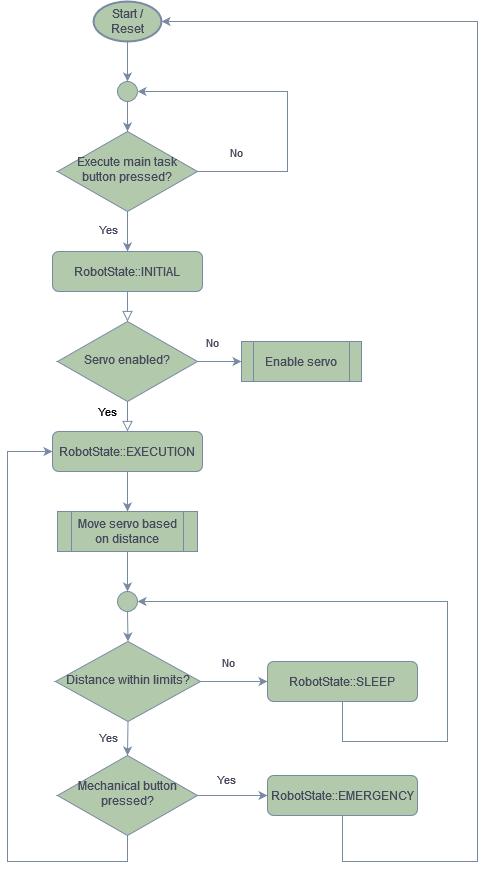
This is docs/images/ws2_flowchart.png from pichim/PM2_PES_Board_Example, a draw.io export, as it was before one commit. Source tidied: cells renumbered, new cells last; positions are measured from the earlier drawing's top-left corner, leaving out a move shared by most shapes. Source of this version:
```xml
<mxGraphModel background="#ffffff">
  <root>
    <mxCell id="0" />
    <mxCell id="1" parent="0" />
    <mxCell id="2" style="rounded=0;html=1;jettySize=auto;fontSize=11;endArrow=block;endFill=0;endSize=8;strokeWidth=1;shadow=0;labelBackgroundColor=none;edgeStyle=orthogonalEdgeStyle;strokeColor=#788AA3;fontColor=default;" parent="1" edge="1" source="3" target="7">
      <mxGeometry relative="1" as="geometry" />
    </mxCell>
    <mxCell id="3" value="RobotState::INITIAL" style="rounded=1;whiteSpace=wrap;html=1;fontSize=12;glass=0;strokeWidth=1;shadow=0;labelBackgroundColor=none;fillColor=#B2C9AB;strokeColor=#788AA3;fontColor=#46495D;" parent="1" vertex="1">
      <mxGeometry x="45" y="250" width="150" height="40" as="geometry" />
    </mxCell>
    <mxCell id="4" value="Yes" style="rounded=0;html=1;jettySize=auto;fontSize=11;endArrow=block;endFill=0;endSize=8;strokeWidth=1;shadow=0;labelBackgroundColor=none;edgeStyle=orthogonalEdgeStyle;entryX=0.5;entryY=0;entryDx=0;entryDy=0;strokeColor=#788AA3;fontColor=default;" parent="1" edge="1" source="7" target="14">
      <mxGeometry x="0.2" y="-20" relative="1" as="geometry" />
    </mxCell>
    <mxCell id="5" style="edgeStyle=orthogonalEdgeStyle;rounded=0;jettySize=auto;html=1;exitX=1;exitY=0.5;exitDx=0;exitDy=0;entryX=0;entryY=0.5;entryDx=0;entryDy=0;labelBackgroundColor=none;strokeColor=#788AA3;fontColor=default;" parent="1" edge="1" source="7" target="22">
      <mxGeometry relative="1" as="geometry" />
    </mxCell>
    <mxCell id="6" value="No" style="edgeLabel;html=1;align=center;verticalAlign=middle;labelBackgroundColor=none;fontColor=#46495D;" parent="5" vertex="1">
      <mxGeometry x="-0.06" y="2" relative="1" as="geometry">
        <mxPoint x="-7" y="-18" as="offset" />
      </mxGeometry>
    </mxCell>
    <mxCell id="7" value="Servo enabled?" style="rhombus;whiteSpace=wrap;html=1;shadow=0;fontFamily=Helvetica;fontSize=12;align=center;strokeWidth=1;spacing=6;spacingTop=-4;labelBackgroundColor=none;fillColor=#B2C9AB;strokeColor=#788AA3;fontColor=#46495D;" parent="1" vertex="1">
      <mxGeometry x="50" y="320" width="140" height="80" as="geometry" />
    </mxCell>
    <mxCell id="8" style="edgeStyle=orthogonalEdgeStyle;rounded=0;jettySize=auto;html=1;exitX=1;exitY=0.5;exitDx=0;exitDy=0;entryX=0;entryY=0.5;entryDx=0;entryDy=0;labelBackgroundColor=none;strokeColor=#788AA3;fontColor=default;" parent="1" edge="1" source="11" target="12">
      <mxGeometry relative="1" as="geometry" />
    </mxCell>
    <mxCell id="9" value="Yes" style="edgeLabel;html=1;align=center;verticalAlign=middle;labelBackgroundColor=none;fontColor=#46495D;" parent="8" vertex="1">
      <mxGeometry x="-0.3" y="-1" relative="1" as="geometry">
        <mxPoint x="4" y="-18" as="offset" />
      </mxGeometry>
    </mxCell>
    <mxCell id="10" style="edgeStyle=orthogonalEdgeStyle;rounded=0;jettySize=auto;html=1;exitX=0.5;exitY=1;exitDx=0;exitDy=0;entryX=0;entryY=0.5;entryDx=0;entryDy=0;labelBackgroundColor=none;strokeColor=#788AA3;fontColor=default;" parent="1" edge="1" source="11" target="14">
      <mxGeometry relative="1" as="geometry">
        <Array as="points">
          <mxPoint x="120" y="860" />
          <mxPoint y="860" />
          <mxPoint y="450" />
        </Array>
      </mxGeometry>
    </mxCell>
    <mxCell id="11" value="Mechanical button pressed?" style="rhombus;whiteSpace=wrap;html=1;shadow=0;fontFamily=Helvetica;fontSize=12;align=center;strokeWidth=1;spacing=6;spacingTop=-4;labelBackgroundColor=none;fillColor=#B2C9AB;strokeColor=#788AA3;fontColor=#46495D;" parent="1" vertex="1">
      <mxGeometry x="50" y="754" width="140" height="80" as="geometry" />
    </mxCell>
    <mxCell id="12" value="RobotState::EMERGENCY" style="rounded=1;whiteSpace=wrap;html=1;fontSize=12;glass=0;strokeWidth=1;shadow=0;labelBackgroundColor=none;fillColor=#B2C9AB;strokeColor=#788AA3;fontColor=#46495D;" parent="1" vertex="1">
      <mxGeometry x="260" y="774" width="150" height="40" as="geometry" />
    </mxCell>
    <mxCell id="13" style="edgeStyle=orthogonalEdgeStyle;rounded=0;jettySize=auto;html=1;exitX=0.5;exitY=1;exitDx=0;exitDy=0;entryX=0.5;entryY=0;entryDx=0;entryDy=0;labelBackgroundColor=none;strokeColor=#788AA3;fontColor=default;" parent="1" edge="1" source="14" target="24">
      <mxGeometry relative="1" as="geometry" />
    </mxCell>
    <mxCell id="14" value="RobotState::EXECUTION" style="rounded=1;whiteSpace=wrap;html=1;fontSize=12;glass=0;strokeWidth=1;shadow=0;labelBackgroundColor=none;fillColor=#B2C9AB;strokeColor=#788AA3;fontColor=#46495D;" parent="1" vertex="1">
      <mxGeometry x="45" y="430" width="150" height="40" as="geometry" />
    </mxCell>
    <mxCell id="15" style="edgeStyle=orthogonalEdgeStyle;rounded=0;jettySize=auto;html=1;exitX=1;exitY=0.5;exitDx=0;exitDy=0;entryX=0;entryY=0.5;entryDx=0;entryDy=0;labelBackgroundColor=none;strokeColor=#788AA3;fontColor=default;" parent="1" edge="1" source="19" target="21">
      <mxGeometry relative="1" as="geometry" />
    </mxCell>
    <mxCell id="16" value="No" style="edgeLabel;html=1;align=center;verticalAlign=middle;labelBackgroundColor=none;fontColor=#46495D;" parent="15" vertex="1">
      <mxGeometry x="-0.2" y="-1" relative="1" as="geometry">
        <mxPoint y="-21" as="offset" />
      </mxGeometry>
    </mxCell>
    <mxCell id="17" style="edgeStyle=orthogonalEdgeStyle;rounded=0;jettySize=auto;html=1;exitX=0.5;exitY=1;exitDx=0;exitDy=0;entryX=0.5;entryY=0;entryDx=0;entryDy=0;labelBackgroundColor=none;strokeColor=#788AA3;fontColor=default;" parent="1" edge="1" source="19" target="11">
      <mxGeometry relative="1" as="geometry" />
    </mxCell>
    <mxCell id="18" value="Yes" style="edgeLabel;html=1;align=center;verticalAlign=middle;labelBackgroundColor=none;fontColor=#46495D;" parent="17" vertex="1">
      <mxGeometry x="0.2" relative="1" as="geometry">
        <mxPoint x="-20" y="-4" as="offset" />
      </mxGeometry>
    </mxCell>
    <mxCell id="19" value="Distance within limits?" style="rhombus;whiteSpace=wrap;html=1;shadow=0;fontFamily=Helvetica;fontSize=12;align=center;strokeWidth=1;spacing=6;spacingTop=-4;labelBackgroundColor=none;fillColor=#B2C9AB;strokeColor=#788AA3;fontColor=#46495D;" parent="1" vertex="1">
      <mxGeometry x="48" y="640" width="145" height="80" as="geometry" />
    </mxCell>
    <mxCell id="20" style="edgeStyle=orthogonalEdgeStyle;rounded=0;jettySize=auto;html=1;exitX=0.5;exitY=1;exitDx=0;exitDy=0;entryX=1;entryY=0.5;entryDx=0;entryDy=0;labelBackgroundColor=none;strokeColor=#788AA3;fontColor=default;" parent="1" edge="1" source="21" target="26">
      <mxGeometry relative="1" as="geometry">
        <Array as="points">
          <mxPoint x="335" y="740" />
          <mxPoint x="440" y="740" />
          <mxPoint x="440" y="600" />
        </Array>
      </mxGeometry>
    </mxCell>
    <mxCell id="21" value="RobotState::SLEEP" style="rounded=1;whiteSpace=wrap;html=1;fontSize=12;glass=0;strokeWidth=1;shadow=0;labelBackgroundColor=none;fillColor=#B2C9AB;strokeColor=#788AA3;fontColor=#46495D;" parent="1" vertex="1">
      <mxGeometry x="260" y="660" width="150" height="40" as="geometry" />
    </mxCell>
    <mxCell id="22" value="Enable servo" style="shape=process;whiteSpace=wrap;html=1;backgroundOutline=1;labelBackgroundColor=none;fillColor=#B2C9AB;strokeColor=#788AA3;fontColor=#46495D;" parent="1" vertex="1">
      <mxGeometry x="234" y="340" width="120" height="40" as="geometry" />
    </mxCell>
    <mxCell id="23" style="edgeStyle=orthogonalEdgeStyle;rounded=0;jettySize=auto;html=1;exitX=0.5;exitY=1;exitDx=0;exitDy=0;entryX=0.5;entryY=0;entryDx=0;entryDy=0;labelBackgroundColor=none;strokeColor=#788AA3;fontColor=default;" parent="1" edge="1" source="24" target="26">
      <mxGeometry relative="1" as="geometry" />
    </mxCell>
    <mxCell id="24" value="Move servo based on distance" style="shape=process;whiteSpace=wrap;html=1;backgroundOutline=1;labelBackgroundColor=none;fillColor=#B2C9AB;strokeColor=#788AA3;fontColor=#46495D;" parent="1" vertex="1">
      <mxGeometry x="50" y="510" width="140" height="40" as="geometry" />
    </mxCell>
    <mxCell id="25" style="edgeStyle=orthogonalEdgeStyle;rounded=0;jettySize=auto;html=1;exitX=0.5;exitY=1;exitDx=0;exitDy=0;entryX=0.5;entryY=0;entryDx=0;entryDy=0;labelBackgroundColor=none;strokeColor=#788AA3;fontColor=default;" parent="1" edge="1" source="26" target="19">
      <mxGeometry relative="1" as="geometry" />
    </mxCell>
    <mxCell id="26" style="ellipse;whiteSpace=wrap;html=1;labelBackgroundColor=none;fillColor=#B2C9AB;strokeColor=#788AA3;fontColor=#46495D;" parent="1" vertex="1">
      <mxGeometry x="110" y="590" width="20" height="20" as="geometry" />
    </mxCell>
    <mxCell id="27" style="edgeStyle=orthogonalEdgeStyle;rounded=0;jettySize=auto;html=1;exitX=0.5;exitY=1;exitDx=0;exitDy=0;exitPerimeter=0;entryX=0.5;entryY=0;entryDx=0;entryDy=0;labelBackgroundColor=none;strokeColor=#788AA3;fontColor=default;" parent="1" edge="1" source="28" target="35">
      <mxGeometry relative="1" as="geometry" />
    </mxCell>
    <mxCell id="28" value="Start / Reset" style="strokeWidth=2;html=1;shape=mxgraph.flowchart.start_1;whiteSpace=wrap;labelBackgroundColor=none;fillColor=#B2C9AB;strokeColor=#788AA3;fontColor=#46495D;" parent="1" vertex="1">
      <mxGeometry x="86" width="68" height="40" as="geometry" />
    </mxCell>
    <mxCell id="29" style="edgeStyle=orthogonalEdgeStyle;rounded=0;jettySize=auto;html=1;exitX=0.5;exitY=1;exitDx=0;exitDy=0;entryX=0.5;entryY=0;entryDx=0;entryDy=0;labelBackgroundColor=none;strokeColor=#788AA3;fontColor=default;" parent="1" edge="1" source="33" target="3">
      <mxGeometry relative="1" as="geometry" />
    </mxCell>
    <mxCell id="30" value="Yes" style="edgeLabel;html=1;align=center;verticalAlign=middle;labelBackgroundColor=none;fontColor=#46495D;" parent="29" vertex="1">
      <mxGeometry x="-0.15" y="-3" relative="1" as="geometry">
        <mxPoint x="-17" as="offset" />
      </mxGeometry>
    </mxCell>
    <mxCell id="31" style="edgeStyle=orthogonalEdgeStyle;rounded=0;jettySize=auto;html=1;exitX=1;exitY=0.5;exitDx=0;exitDy=0;entryX=1;entryY=0.5;entryDx=0;entryDy=0;labelBackgroundColor=none;strokeColor=#788AA3;fontColor=default;" parent="1" edge="1" source="33" target="35">
      <mxGeometry relative="1" as="geometry">
        <Array as="points">
          <mxPoint x="280" y="170" />
          <mxPoint x="280" y="90" />
        </Array>
      </mxGeometry>
    </mxCell>
    <mxCell id="32" value="No" style="edgeLabel;html=1;align=center;verticalAlign=middle;labelBackgroundColor=none;fontColor=#46495D;" parent="31" vertex="1">
      <mxGeometry x="-0.72" y="2" relative="1" as="geometry">
        <mxPoint x="-7" y="-18" as="offset" />
      </mxGeometry>
    </mxCell>
    <mxCell id="33" value="Execute main task button pressed?" style="rhombus;whiteSpace=wrap;html=1;shadow=0;fontFamily=Helvetica;fontSize=12;align=center;strokeWidth=1;spacing=6;spacingTop=-4;labelBackgroundColor=none;fillColor=#B2C9AB;strokeColor=#788AA3;fontColor=#46495D;" parent="1" vertex="1">
      <mxGeometry x="50" y="130" width="140" height="80" as="geometry" />
    </mxCell>
    <mxCell id="34" style="edgeStyle=orthogonalEdgeStyle;rounded=0;jettySize=auto;html=1;exitX=0.5;exitY=1;exitDx=0;exitDy=0;entryX=0.5;entryY=0;entryDx=0;entryDy=0;labelBackgroundColor=none;strokeColor=#788AA3;fontColor=default;" parent="1" edge="1" source="35" target="33">
      <mxGeometry relative="1" as="geometry" />
    </mxCell>
    <mxCell id="35" style="ellipse;whiteSpace=wrap;html=1;labelBackgroundColor=none;fillColor=#B2C9AB;strokeColor=#788AA3;fontColor=#46495D;" parent="1" vertex="1">
      <mxGeometry x="110" y="80" width="20" height="20" as="geometry" />
    </mxCell>
    <mxCell id="36" style="edgeStyle=orthogonalEdgeStyle;rounded=0;jettySize=auto;html=1;exitX=0.5;exitY=1;exitDx=0;exitDy=0;entryX=1;entryY=0.5;entryDx=0;entryDy=0;entryPerimeter=0;labelBackgroundColor=none;strokeColor=#788AA3;fontColor=default;" parent="1" edge="1" source="12" target="28">
      <mxGeometry relative="1" as="geometry">
        <Array as="points">
          <mxPoint x="335" y="860" />
          <mxPoint x="470" y="860" />
          <mxPoint x="470" y="20" />
        </Array>
      </mxGeometry>
    </mxCell>
  </root>
</mxGraphModel>
```
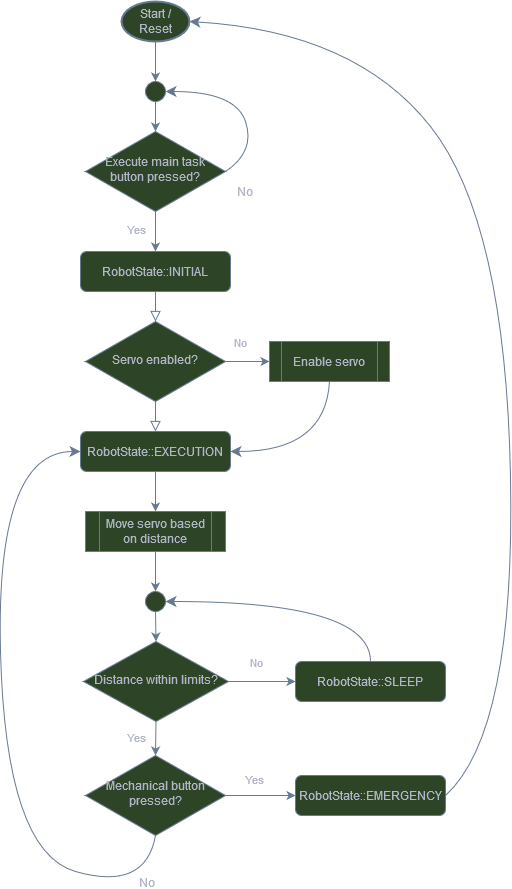
Later version of the same file.

Change to the diagram source:
```diff
@@ -30,15 +30,20 @@
         <mxPoint x="4" y="-18" as="offset" />
       </mxGeometry>
     </mxCell>
-    <mxCell id="10" style="edgeStyle=orthogonalEdgeStyle;rounded=0;jettySize=auto;html=1;exitX=0.5;exitY=1;exitDx=0;exitDy=0;entryX=0;entryY=0.5;entryDx=0;entryDy=0;labelBackgroundColor=none;strokeColor=#788AA3;fontColor=default;" parent="1" edge="1" source="11" target="14">
+    <mxCell id="10" style="edgeStyle=none;curved=1;rounded=0;jettySize=auto;html=1;exitX=0.5;exitY=1;exitDx=0;exitDy=0;strokeColor=#788AA3;fontSize=12;fontColor=default;startSize=8;endSize=8;fillColor=#B2C9AB;entryX=0;entryY=0.5;entryDx=0;entryDy=0;labelBackgroundColor=none;" parent="1" edge="1" source="11" target="14">
       <mxGeometry relative="1" as="geometry">
         <Array as="points">
-          <mxPoint x="120" y="860" />
-          <mxPoint y="860" />
-          <mxPoint y="450" />
+          <mxPoint x="110" y="890" />
+          <mxPoint x="-30" y="850" />
+          <mxPoint x="-40" y="450" />
         </Array>
       </mxGeometry>
     </mxCell>
+    <mxCell id="37" value="No" style="edgeLabel;html=1;align=center;verticalAlign=middle;fontSize=12;strokeColor=#788AA3;fontColor=#46495D;fillColor=#B2C9AB;labelBackgroundColor=none;" parent="10" vertex="1">
+      <mxGeometry x="-0.23" y="-18" relative="1" as="geometry">
+        <mxPoint x="124" y="91" as="offset" />
+      </mxGeometry>
+    </mxCell>
     <mxCell id="11" value="Mechanical button pressed?" style="rhombus;whiteSpace=wrap;html=1;shadow=0;fontFamily=Helvetica;fontSize=12;align=center;strokeWidth=1;spacing=6;spacingTop=-4;labelBackgroundColor=none;fillColor=#B2C9AB;strokeColor=#788AA3;fontColor=#46495D;" parent="1" vertex="1">
       <mxGeometry x="50" y="754" width="140" height="80" as="geometry" />
     </mxCell>
@@ -70,18 +75,23 @@
     <mxCell id="19" value="Distance within limits?" style="rhombus;whiteSpace=wrap;html=1;shadow=0;fontFamily=Helvetica;fontSize=12;align=center;strokeWidth=1;spacing=6;spacingTop=-4;labelBackgroundColor=none;fillColor=#B2C9AB;strokeColor=#788AA3;fontColor=#46495D;" parent="1" vertex="1">
       <mxGeometry x="48" y="640" width="145" height="80" as="geometry" />
     </mxCell>
-    <mxCell id="20" style="edgeStyle=orthogonalEdgeStyle;rounded=0;jettySize=auto;html=1;exitX=0.5;exitY=1;exitDx=0;exitDy=0;entryX=1;entryY=0.5;entryDx=0;entryDy=0;labelBackgroundColor=none;strokeColor=#788AA3;fontColor=default;" parent="1" edge="1" source="21" target="26">
+    <mxCell id="20" style="edgeStyle=none;curved=1;rounded=0;jettySize=auto;html=1;exitX=0.5;exitY=0;exitDx=0;exitDy=0;entryX=1;entryY=0.5;entryDx=0;entryDy=0;strokeColor=#788AA3;fontSize=12;fontColor=default;startSize=8;endSize=8;fillColor=#B2C9AB;labelBackgroundColor=none;" parent="1" edge="1" source="21" target="26">
       <mxGeometry relative="1" as="geometry">
         <Array as="points">
-          <mxPoint x="335" y="740" />
-          <mxPoint x="440" y="740" />
-          <mxPoint x="440" y="600" />
+          <mxPoint x="335" y="600" />
         </Array>
       </mxGeometry>
     </mxCell>
     <mxCell id="21" value="RobotState::SLEEP" style="rounded=1;whiteSpace=wrap;html=1;fontSize=12;glass=0;strokeWidth=1;shadow=0;labelBackgroundColor=none;fillColor=#B2C9AB;strokeColor=#788AA3;fontColor=#46495D;" parent="1" vertex="1">
       <mxGeometry x="260" y="660" width="150" height="40" as="geometry" />
     </mxCell>
+    <mxCell id="38" style="edgeStyle=none;curved=1;rounded=0;jettySize=auto;html=1;exitX=0.5;exitY=1;exitDx=0;exitDy=0;entryX=1;entryY=0.5;entryDx=0;entryDy=0;strokeColor=#788AA3;fontSize=12;fontColor=default;startSize=8;endSize=8;fillColor=#B2C9AB;labelBackgroundColor=none;" parent="1" edge="1" source="22" target="14">
+      <mxGeometry relative="1" as="geometry">
+        <Array as="points">
+          <mxPoint x="290" y="450" />
+        </Array>
+      </mxGeometry>
+    </mxCell>
     <mxCell id="22" value="Enable servo" style="shape=process;whiteSpace=wrap;html=1;backgroundOutline=1;labelBackgroundColor=none;fillColor=#B2C9AB;strokeColor=#788AA3;fontColor=#46495D;" parent="1" vertex="1">
       <mxGeometry x="234" y="340" width="120" height="40" as="geometry" />
     </mxCell>
@@ -111,19 +121,19 @@
         <mxPoint x="-17" as="offset" />
       </mxGeometry>
     </mxCell>
-    <mxCell id="31" style="edgeStyle=orthogonalEdgeStyle;rounded=0;jettySize=auto;html=1;exitX=1;exitY=0.5;exitDx=0;exitDy=0;entryX=1;entryY=0.5;entryDx=0;entryDy=0;labelBackgroundColor=none;strokeColor=#788AA3;fontColor=default;" parent="1" edge="1" source="33" target="35">
+    <mxCell id="31" style="edgeStyle=none;curved=1;rounded=0;jettySize=auto;html=1;exitX=1;exitY=0.5;exitDx=0;exitDy=0;entryX=1;entryY=0.5;entryDx=0;entryDy=0;strokeColor=#788AA3;fontSize=12;fontColor=default;startSize=8;endSize=8;fillColor=#B2C9AB;labelBackgroundColor=none;" parent="1" edge="1" source="33" target="35">
       <mxGeometry relative="1" as="geometry">
         <Array as="points">
-          <mxPoint x="280" y="170" />
-          <mxPoint x="280" y="90" />
+          <mxPoint x="220" y="150" />
+          <mxPoint x="200" y="90" />
         </Array>
       </mxGeometry>
     </mxCell>
-    <mxCell id="32" value="No" style="edgeLabel;html=1;align=center;verticalAlign=middle;labelBackgroundColor=none;fontColor=#46495D;" parent="31" vertex="1">
-      <mxGeometry x="-0.72" y="2" relative="1" as="geometry">
-        <mxPoint x="-7" y="-18" as="offset" />
-      </mxGeometry>
-    </mxCell>
+    <mxCell id="39" value="No" style="edgeLabel;html=1;align=center;verticalAlign=middle;fontSize=12;strokeColor=#788AA3;fontColor=#46495D;fillColor=#B2C9AB;labelBackgroundColor=none;" parent="31" vertex="1">
+      <mxGeometry x="-0.67" y="8" relative="1" as="geometry">
+        <mxPoint y="42" as="offset" />
+      </mxGeometry>
+    </mxCell>
     <mxCell id="33" value="Execute main task button pressed?" style="rhombus;whiteSpace=wrap;html=1;shadow=0;fontFamily=Helvetica;fontSize=12;align=center;strokeWidth=1;spacing=6;spacingTop=-4;labelBackgroundColor=none;fillColor=#B2C9AB;strokeColor=#788AA3;fontColor=#46495D;" parent="1" vertex="1">
       <mxGeometry x="50" y="130" width="140" height="80" as="geometry" />
     </mxCell>
@@ -133,12 +143,12 @@
     <mxCell id="35" style="ellipse;whiteSpace=wrap;html=1;labelBackgroundColor=none;fillColor=#B2C9AB;strokeColor=#788AA3;fontColor=#46495D;" parent="1" vertex="1">
       <mxGeometry x="110" y="80" width="20" height="20" as="geometry" />
     </mxCell>
-    <mxCell id="36" style="edgeStyle=orthogonalEdgeStyle;rounded=0;jettySize=auto;html=1;exitX=0.5;exitY=1;exitDx=0;exitDy=0;entryX=1;entryY=0.5;entryDx=0;entryDy=0;entryPerimeter=0;labelBackgroundColor=none;strokeColor=#788AA3;fontColor=default;" parent="1" edge="1" source="12" target="28">
+    <mxCell id="36" style="edgeStyle=none;curved=1;rounded=0;jettySize=auto;html=1;exitX=1;exitY=0.5;exitDx=0;exitDy=0;entryX=1;entryY=0.5;entryDx=0;entryDy=0;entryPerimeter=0;strokeColor=#788AA3;fontSize=12;fontColor=default;startSize=8;endSize=8;fillColor=#B2C9AB;labelBackgroundColor=none;" parent="1" edge="1" source="12" target="28">
       <mxGeometry relative="1" as="geometry">
         <Array as="points">
-          <mxPoint x="335" y="860" />
-          <mxPoint x="470" y="860" />
-          <mxPoint x="470" y="20" />
+          <mxPoint x="480" y="730" />
+          <mxPoint x="470" y="220" />
+          <mxPoint x="320" y="30" />
         </Array>
       </mxGeometry>
     </mxCell>
```
